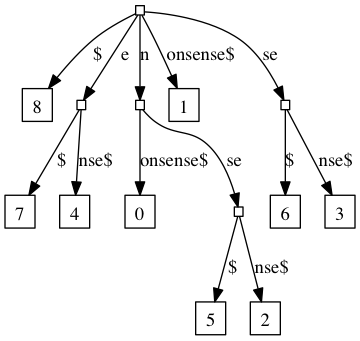
Above: graph.png in bgwines/suffix-tree (Graphviz), before the change. Its source is kept beside it as graph.dot.
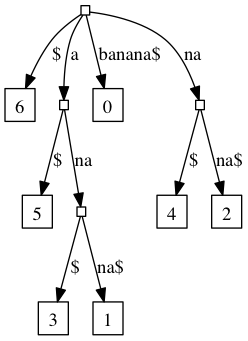
Above is the later version.

The edit, as a diff of the source:
```diff
@@ -5,30 +5,24 @@
          ,width=0.1
          ,height=0.1];
     0 [label=""];
-    1 [label=8];
+    1 [label=6];
     2 [label=""];
-    3 [label=7];
-    4 [label=4];
-    5 [label=""];
-    6 [label=0];
-    7 [label=""];
-    8 [label=5];
-    9 [label=2];
-    10 [label=1];
-    11 [label=""];
-    12 [label=6];
-    13 [label=3];
-    0 -> 11 [label=se];
-    0 -> 5 [label=n];
-    0 -> 2 [label=e];
-    0 -> 10 [label="onsense$"];
+    3 [label=5];
+    4 [label=""];
+    5 [label=3];
+    6 [label=1];
+    7 [label=0];
+    8 [label=""];
+    9 [label=4];
+    10 [label=2];
+    0 -> 8 [label=na];
+    0 -> 2 [label=a];
+    0 -> 7 [label="banana$"];
     0 -> 1 [label="$"];
-    2 -> 4 [label="nse$"];
+    2 -> 4 [label=na];
     2 -> 3 [label="$"];
-    5 -> 7 [label=se];
-    5 -> 6 [label="onsense$"];
-    7 -> 9 [label="nse$"];
-    7 -> 8 [label="$"];
-    11 -> 13 [label="nse$"];
-    11 -> 12 [label="$"];
+    4 -> 6 [label="na$"];
+    4 -> 5 [label="$"];
+    8 -> 10 [label="na$"];
+    8 -> 9 [label="$"];
 }
```
